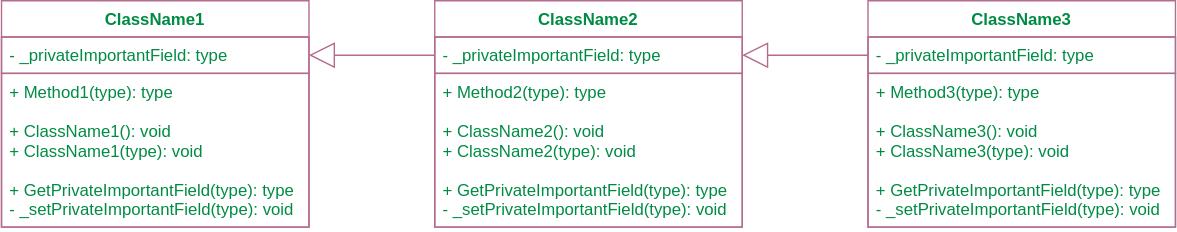
Earlier version of the draw.io export img/uml1.svg (Ol333/hate-arising-labs). Source tidied: cells renumbered, new cells last; positions are measured from the earlier drawing's top-left corner, leaving out a move shared by most shapes.
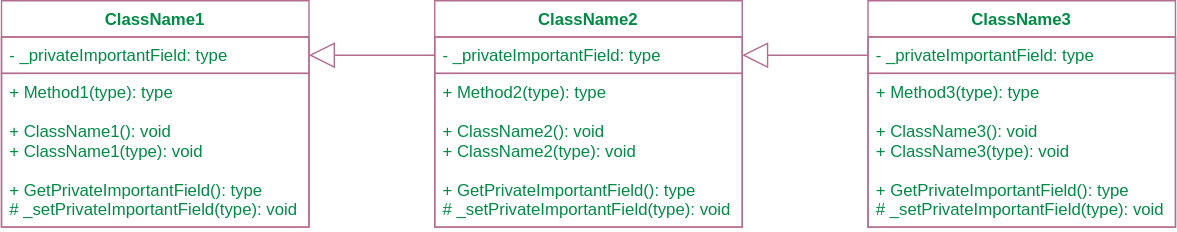
After the change.

Change to the diagram source:
```diff
@@ -8,7 +8,7 @@
     <mxCell id="3" value="- _privateImportantField: type" style="text;strokeColor=#B36C8F;fillColor=none;align=left;verticalAlign=top;spacingLeft=4;spacingRight=4;overflow=hidden;points=[[0,0.5],[1,0.5]];portConstraint=eastwest;fontColor=#008B45;" parent="2" vertex="1">
       <mxGeometry y="26" width="220" height="26" as="geometry" />
     </mxCell>
-    <mxCell id="4" value="+ Method1(type): type&#10;&#10;+ ClassName1(): void&#10;+ ClassName1(type): void&#10;&#10;+ GetPrivateImportantField(type): type&#10;- _setPrivateImportantField(type): void" style="text;strokeColor=#B36C8F;fillColor=none;align=left;verticalAlign=top;spacingLeft=4;spacingRight=4;overflow=hidden;fontColor=#008B45;" parent="2" vertex="1">
+    <mxCell id="4" value="+ Method1(type): type&#10;&#10;+ ClassName1(): void&#10;+ ClassName1(type): void&#10;&#10;+ GetPrivateImportantField(): type&#10;# _setPrivateImportantField(type): void" style="text;strokeColor=#B36C8F;fillColor=none;align=left;verticalAlign=top;spacingLeft=4;spacingRight=4;overflow=hidden;fontColor=#008B45;" parent="2" vertex="1">
       <mxGeometry y="52" width="220" height="110" as="geometry" />
     </mxCell>
     <mxCell id="5" style="endArrow=block;endSize=16;endFill=0;html=1;rounded=0;entryX=1;entryY=0.5;entryDx=0;entryDy=0;exitX=0;exitY=0.5;exitDx=0;exitDy=0;labelBackgroundColor=none;fontColor=#008B45;strokeColor=#B36C8F;" parent="1" edge="1" source="7" target="3">
@@ -20,7 +20,7 @@
     <mxCell id="7" value="- _privateImportantField: type" style="text;strokeColor=#B36C8F;fillColor=none;align=left;verticalAlign=top;spacingLeft=4;spacingRight=4;overflow=hidden;points=[[0,0.5],[1,0.5]];portConstraint=eastwest;fontColor=#008B45;" parent="6" vertex="1">
       <mxGeometry y="26" width="220" height="26" as="geometry" />
     </mxCell>
-    <mxCell id="8" value="+ Method2(type): type&#10;&#10;+ ClassName2(): void&#10;+ ClassName2(type): void&#10;&#10;+ GetPrivateImportantField(type): type&#10;- _setPrivateImportantField(type): void" style="text;strokeColor=#B36C8F;fillColor=none;align=left;verticalAlign=top;spacingLeft=4;spacingRight=4;overflow=hidden;fontColor=#008B45;" parent="6" vertex="1">
+    <mxCell id="8" value="+ Method2(type): type&#10;&#10;+ ClassName2(): void&#10;+ ClassName2(type): void&#10;&#10;+ GetPrivateImportantField(): type&#10;# _setPrivateImportantField(type): void" style="text;strokeColor=#B36C8F;fillColor=none;align=left;verticalAlign=top;spacingLeft=4;spacingRight=4;overflow=hidden;fontColor=#008B45;" parent="6" vertex="1">
       <mxGeometry y="52" width="220" height="110" as="geometry" />
     </mxCell>
     <mxCell id="9" value="ClassName3" style="swimlane;fontStyle=1;align=center;verticalAlign=top;horizontal=1;startSize=26;fillColor=none;fontColor=#008B45;strokeColor=#B36C8F;" parent="1" vertex="1">
@@ -29,7 +29,7 @@
     <mxCell id="10" value="- _privateImportantField: type" style="text;strokeColor=#B36C8F;fillColor=none;align=left;verticalAlign=top;spacingLeft=4;spacingRight=4;overflow=hidden;points=[[0,0.5],[1,0.5]];portConstraint=eastwest;fontColor=#008B45;" parent="9" vertex="1">
       <mxGeometry y="26" width="220" height="26" as="geometry" />
     </mxCell>
-    <mxCell id="11" value="+ Method3(type): type&#10;&#10;+ ClassName3(): void&#10;+ ClassName3(type): void&#10;&#10;+ GetPrivateImportantField(type): type&#10;- _setPrivateImportantField(type): void" style="text;strokeColor=#B36C8F;fillColor=none;align=left;verticalAlign=top;spacingLeft=4;spacingRight=4;overflow=hidden;fontColor=#008B45;" parent="9" vertex="1">
+    <mxCell id="11" value="+ Method3(type): type&#10;&#10;+ ClassName3(): void&#10;+ ClassName3(type): void&#10;&#10;+ GetPrivateImportantField(): type&#10;# _setPrivateImportantField(type): void" style="text;strokeColor=#B36C8F;fillColor=none;align=left;verticalAlign=top;spacingLeft=4;spacingRight=4;overflow=hidden;fontColor=#008B45;" parent="9" vertex="1">
       <mxGeometry y="52" width="220" height="110" as="geometry" />
     </mxCell>
     <mxCell id="12" style="endArrow=block;endSize=16;endFill=0;html=1;rounded=0;entryX=1;entryY=0.5;entryDx=0;entryDy=0;exitX=0;exitY=0.5;exitDx=0;exitDy=0;labelBackgroundColor=none;fontColor=#008B45;strokeColor=#B36C8F;" parent="1" edge="1" source="10" target="7">
```
